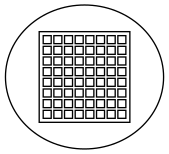
Before: M5.gv.png, a diagram exported from Graphviz (laraajosee/IPC2_Proyecto2_201344708). Its source is kept beside it as M5.gv.
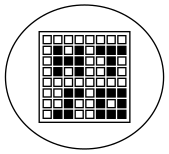
The same diagram one commit later.

Diff of the diagram source:
```diff
@@ -2,19 +2,19 @@
 	tab [label=<<TABLE>
 <TR><TD></TD><TD></TD><TD></TD><TD></TD><TD></TD><TD></TD><TD></TD><TD></TD>
 </TR>
-<TR><TD></TD><TD></TD><TD></TD><TD></TD><TD></TD><TD></TD><TD></TD><TD></TD>
+<TR><TD></TD><TD bgcolor="black"></TD><TD></TD><TD bgcolor="black"></TD><TD></TD><TD bgcolor="black"></TD><TD bgcolor="black"></TD><TD bgcolor="black"></TD>
+</TR>
+<TR><TD></TD><TD bgcolor="black"></TD><TD bgcolor="black"></TD><TD bgcolor="black"></TD><TD></TD><TD></TD><TD bgcolor="black"></TD><TD></TD>
+</TR>
+<TR><TD></TD><TD bgcolor="black"></TD><TD></TD><TD bgcolor="black"></TD><TD></TD><TD></TD><TD bgcolor="black"></TD><TD></TD>
 </TR>
 <TR><TD></TD><TD></TD><TD></TD><TD></TD><TD></TD><TD></TD><TD></TD><TD></TD>
 </TR>
-<TR><TD></TD><TD></TD><TD></TD><TD></TD><TD></TD><TD></TD><TD></TD><TD></TD>
+<TR><TD></TD><TD></TD><TD bgcolor="black"></TD><TD bgcolor="black"></TD><TD></TD><TD bgcolor="black"></TD><TD bgcolor="black"></TD><TD bgcolor="black"></TD>
 </TR>
-<TR><TD></TD><TD></TD><TD></TD><TD></TD><TD></TD><TD></TD><TD></TD><TD></TD>
+<TR><TD></TD><TD></TD><TD bgcolor="black"></TD><TD></TD><TD></TD><TD bgcolor="black"></TD><TD></TD><TD bgcolor="black"></TD>
 </TR>
-<TR><TD></TD><TD></TD><TD></TD><TD></TD><TD></TD><TD></TD><TD></TD><TD></TD>
-</TR>
-<TR><TD></TD><TD></TD><TD></TD><TD></TD><TD></TD><TD></TD><TD></TD><TD></TD>
-</TR>
-<TR><TD></TD><TD></TD><TD></TD><TD></TD><TD></TD><TD></TD><TD></TD><TD></TD>
+<TR><TD></TD><TD bgcolor="black"></TD><TD bgcolor="black"></TD><TD></TD><TD></TD><TD bgcolor="black"></TD><TD bgcolor="black"></TD><TD bgcolor="black"></TD>
 </TR>
 </TABLE>>]
 }
```
